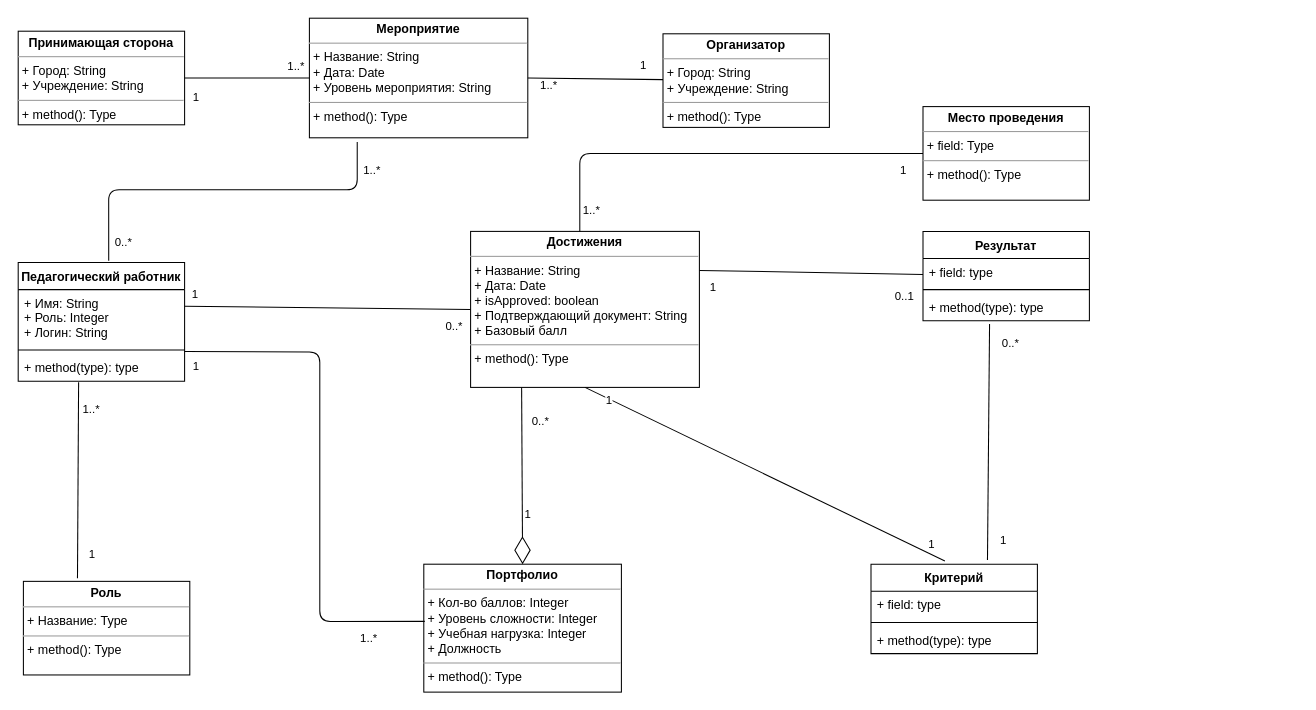
Above: page "Page-2" (2 of 2) of Диаграмма классов.drawio in Alexk80/keywords (draw.io), before the change. Source tidied: cells renumbered, new cells numbered last; positions are measured from the earlier drawing's top-left corner, leaving out a move shared by most shapes. Both pictures are drawn from the tidied source at 104%, with x=0, y=0 at pixel (18, 18).
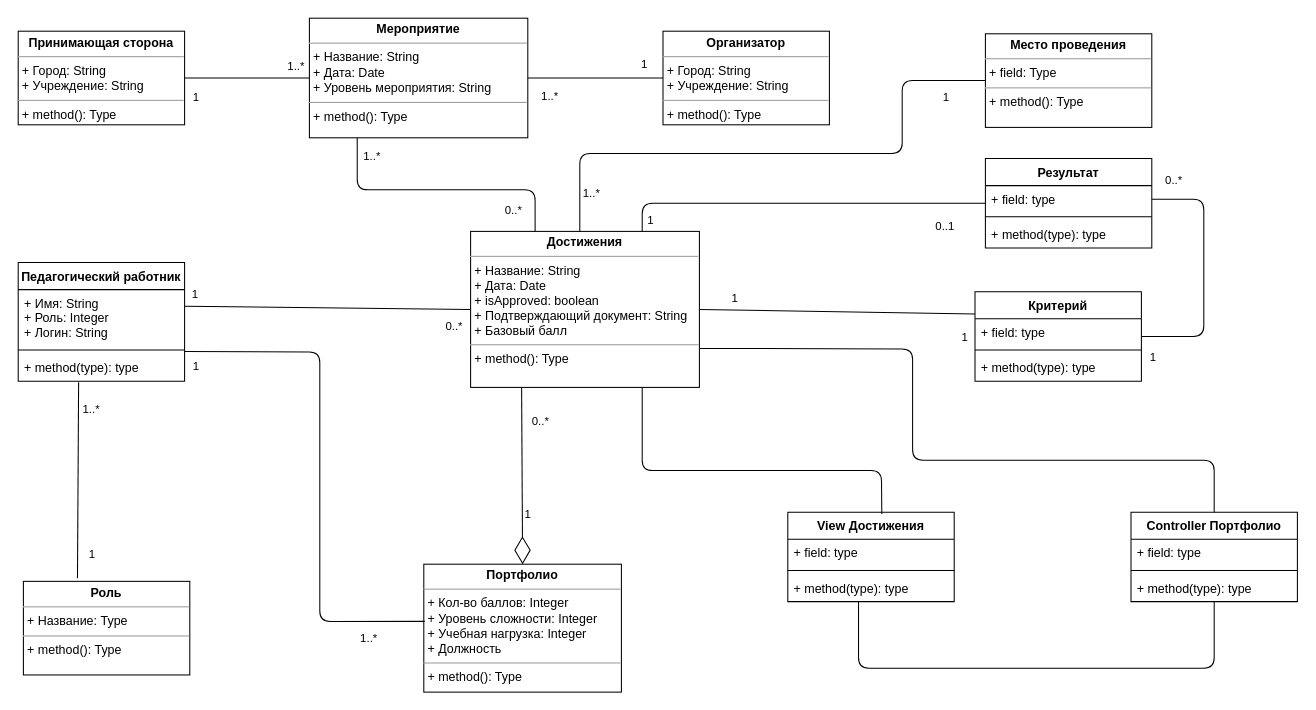
After the change.

Unchanged cells that the change refers to:
```xml
<mxCell id="2" value="Педагогический работник" style="swimlane;fontStyle=1;align=center;verticalAlign=top;horizontal=1;startSize=26;" parent="1" vertex="1">
  <mxGeometry y="235" width="160" height="114" as="geometry" />
</mxCell>
<mxCell id="6" value="&lt;p style=&quot;margin: 0px ; margin-top: 4px ; text-align: center&quot;&gt;&lt;b&gt;Мероприятие&lt;/b&gt;&lt;br&gt;&lt;/p&gt;&lt;hr size=&quot;1&quot;&gt;&lt;p style=&quot;margin: 0px ; margin-left: 4px&quot;&gt;+ Название: String&lt;/p&gt;&lt;p style=&quot;margin: 0px ; margin-left: 4px&quot;&gt;+ Дата: Date&lt;br&gt;&lt;/p&gt;&lt;p style=&quot;margin: 0px ; margin-left: 4px&quot;&gt;+ Уровень мероприятия: String&lt;br&gt;&lt;/p&gt;&lt;hr size=&quot;1&quot;&gt;&lt;p style=&quot;margin: 0px ; margin-left: 4px&quot;&gt;+ method(): Type&lt;/p&gt;" style="verticalAlign=top;align=left;overflow=fill;fontSize=12;fontFamily=Helvetica;html=1;" parent="1" vertex="1">
  <mxGeometry x="280" width="210" height="115" as="geometry" />
</mxCell>
<mxCell id="10" value="&lt;p style=&quot;margin: 0px ; margin-top: 4px ; text-align: center&quot;&gt;&lt;b&gt;Достижения&lt;/b&gt;&lt;br&gt;&lt;/p&gt;&lt;hr size=&quot;1&quot;&gt;&lt;p style=&quot;margin: 0px ; margin-left: 4px&quot;&gt;+ Название: String&lt;/p&gt;&lt;p style=&quot;margin: 0px ; margin-left: 4px&quot;&gt;+ Дата: Date&lt;/p&gt;&lt;p style=&quot;margin: 0px ; margin-left: 4px&quot;&gt;+ isApproved: boolean&lt;/p&gt;&lt;p style=&quot;margin: 0px ; margin-left: 4px&quot;&gt;+ Подтверждающий документ: String&lt;/p&gt;&lt;p style=&quot;margin: 0px ; margin-left: 4px&quot;&gt;+ Базовый балл&lt;br&gt;&lt;/p&gt;&lt;hr size=&quot;1&quot;&gt;&lt;p style=&quot;margin: 0px ; margin-left: 4px&quot;&gt;+ method(): Type&lt;/p&gt;" style="verticalAlign=top;align=left;overflow=fill;fontSize=12;fontFamily=Helvetica;html=1;" parent="1" vertex="1">
  <mxGeometry x="435" y="205" width="220" height="150" as="geometry" />
</mxCell>
<mxCell id="20" style="endArrow=none;html=1;entryX=1;entryY=0.5;entryDx=0;entryDy=0;" parent="1" edge="1" source="7" target="6">
  <mxGeometry relative="1" as="geometry" />
</mxCell>
<mxCell id="35" value="+ field: type" style="text;strokeColor=none;fillColor=none;align=left;verticalAlign=top;spacingLeft=4;spacingRight=4;overflow=hidden;points=[[0,0.5],[1,0.5]];portConstraint=eastwest;" parent="34" vertex="1">
  <mxGeometry y="26" width="160" height="26" as="geometry" />
</mxCell>
<mxCell id="37" value="+ method(type): type" style="text;strokeColor=none;fillColor=none;align=left;verticalAlign=top;spacingLeft=4;spacingRight=4;overflow=hidden;points=[[0,0.5],[1,0.5]];portConstraint=eastwest;" parent="34" vertex="1">
  <mxGeometry y="60" width="160" height="26" as="geometry" />
</mxCell>
```

Diff of the diagram source:
```diff
@@
     <mxCell id="7" value="&lt;p style=&quot;margin: 0px ; margin-top: 4px ; text-align: center&quot;&gt;&lt;b&gt;Организатор&lt;/b&gt;&lt;br&gt;&lt;/p&gt;&lt;hr size=&quot;1&quot;&gt;&lt;p style=&quot;margin: 0px ; margin-left: 4px&quot;&gt;+ Город: String&lt;br&gt;&lt;/p&gt;&lt;p style=&quot;margin: 0px ; margin-left: 4px&quot;&gt;+ Учреждение: String&lt;br&gt;&lt;/p&gt;&lt;hr size=&quot;1&quot;&gt;&lt;p style=&quot;margin: 0px ; margin-left: 4px&quot;&gt;+ method(): Type&lt;/p&gt;" style="verticalAlign=top;align=left;overflow=fill;fontSize=12;fontFamily=Helvetica;html=1;" parent="1" vertex="1">
-      <mxGeometry x="620" y="15" width="160" height="90" as="geometry" />
+      <mxGeometry x="620" y="12.5" width="160" height="90" as="geometry" />
     </mxCell>
@@
     <mxCell id="21" value="1..*" style="edgeLabel;html=1;align=center;verticalAlign=middle;" parent="20" vertex="1">
       <mxGeometry x="0.66" y="1" relative="1" as="geometry">
-        <mxPoint x="-2" y="6" as="offset" />
+        <mxPoint x="-2" y="16" as="offset" />
       </mxGeometry>
     </mxCell>
@@
-    <mxCell id="27" style="endArrow=none;html=1;entryX=0.219;entryY=1.035;entryDx=0;entryDy=0;exitX=0.544;exitY=-0.016;exitDx=0;exitDy=0;exitPerimeter=0;entryPerimeter=0;" parent="1" edge="1" source="2" target="6">
+    <mxCell id="27" style="endArrow=none;html=1;entryX=0.219;entryY=1;entryDx=0;entryDy=0;exitX=0.282;exitY=0;exitDx=0;exitDy=0;exitPerimeter=0;entryPerimeter=0;" parent="1" edge="1" source="10" target="6">
       <mxGeometry relative="1" as="geometry">
         <Array as="points">
-          <mxPoint x="87" y="165" />
+          <mxPoint x="497" y="165" />
           <mxPoint x="326" y="165" />
         </Array>
       </mxGeometry>
     </mxCell>
     <mxCell id="28" value="0..*" style="edgeLabel;html=1;align=center;verticalAlign=middle;" parent="27" vertex="1">
       <mxGeometry x="-0.77" y="-1" relative="1" as="geometry">
-        <mxPoint x="12" y="23" as="offset" />
+        <mxPoint x="-23" y="10" as="offset" />
       </mxGeometry>
     </mxCell>
@@
     <mxCell id="30" value="Критерий" style="swimlane;fontStyle=1;align=center;verticalAlign=top;horizontal=1;startSize=26;" parent="1" vertex="1">
-      <mxGeometry x="820" y="525" width="160" height="86" as="geometry" />
+      <mxGeometry x="920" y="263" width="160" height="86" as="geometry" />
     </mxCell>
@@
     <mxCell id="34" value="Результат" style="swimlane;fontStyle=1;align=center;verticalAlign=top;horizontal=1;startSize=26;" parent="1" vertex="1">
-      <mxGeometry x="870" y="205" width="160" height="86" as="geometry" />
+      <mxGeometry x="930" y="135" width="160" height="86" as="geometry" />
     </mxCell>
@@
-    <mxCell id="38" style="endArrow=none;html=1;entryX=0.5;entryY=1;entryDx=0;entryDy=0;exitX=0.444;exitY=-0.035;exitDx=0;exitDy=0;exitPerimeter=0;" parent="1" edge="1" source="30" target="10">
+    <mxCell id="38" style="endArrow=none;html=1;entryX=1;entryY=0.5;entryDx=0;entryDy=0;exitX=0;exitY=0.25;exitDx=0;exitDy=0;" parent="1" edge="1" source="30" target="10">
       <mxGeometry relative="1" as="geometry" />
     </mxCell>
     <mxCell id="39" value="1" style="edgeLabel;html=1;align=center;verticalAlign=middle;" parent="38" vertex="1">
-      <mxGeometry x="0.87" y="1" relative="1" as="geometry" />
+      <mxGeometry x="0.87" y="1" relative="1" as="geometry">
+        <mxPoint x="16" y="-13" as="offset" />
+      </mxGeometry>
     </mxCell>
     <mxCell id="40" value="1" style="edgeLabel;html=1;align=center;verticalAlign=middle;" parent="38" vertex="1">
       <mxGeometry x="-0.85" relative="1" as="geometry">
-        <mxPoint x="13" y="-4" as="offset" />
+        <mxPoint x="9" y="22" as="offset" />
       </mxGeometry>
     </mxCell>
-    <mxCell id="41" style="endArrow=none;html=1;entryX=1;entryY=0.25;entryDx=0;entryDy=0;" parent="1" edge="1" source="34" target="10">
-      <mxGeometry relative="1" as="geometry" />
+    <mxCell id="41" style="endArrow=none;html=1;entryX=0.75;entryY=0;entryDx=0;entryDy=0;" parent="1" edge="1" source="34" target="10">
+      <mxGeometry relative="1" as="geometry">
+        <Array as="points">
+          <mxPoint x="760" y="178" />
+          <mxPoint x="600" y="178" />
+        </Array>
+      </mxGeometry>
     </mxCell>
@@
-    <mxCell id="44" style="endArrow=none;html=1;exitX=0.7;exitY=-0.047;exitDx=0;exitDy=0;exitPerimeter=0;entryX=0.4;entryY=1.115;entryDx=0;entryDy=0;entryPerimeter=0;" parent="1" edge="1" source="30" target="37">
-      <mxGeometry relative="1" as="geometry" />
+    <mxCell id="44" style="endArrow=none;html=1;exitX=1;exitY=0.5;exitDx=0;exitDy=0;entryX=1;entryY=0.5;entryDx=0;entryDy=0;" parent="1" edge="1" source="30" target="35">
+      <mxGeometry relative="1" as="geometry">
+        <Array as="points">
+          <mxPoint x="1140" y="306" />
+          <mxPoint x="1140" y="174" />
+        </Array>
+      </mxGeometry>
     </mxCell>
     <mxCell id="45" value="1" style="edgeLabel;html=1;align=center;verticalAlign=middle;" parent="44" vertex="1">
       <mxGeometry x="-0.83" y="-1" relative="1" as="geometry">
-        <mxPoint x="13" as="offset" />
+        <mxPoint x="-11" y="18" as="offset" />
       </mxGeometry>
     </mxCell>
     <mxCell id="46" value="0..*" style="edgeLabel;html=1;align=center;verticalAlign=middle;" parent="44" vertex="1">
       <mxGeometry x="0.83" relative="1" as="geometry">
-        <mxPoint x="20" as="offset" />
+        <mxPoint x="-1" y="-19" as="offset" />
       </mxGeometry>
     </mxCell>
     <mxCell id="47" value="&lt;p style=&quot;margin: 0px ; margin-top: 4px ; text-align: center&quot;&gt;&lt;b&gt;Место проведения&lt;/b&gt;&lt;br&gt;&lt;/p&gt;&lt;hr size=&quot;1&quot;&gt;&lt;p style=&quot;margin: 0px ; margin-left: 4px&quot;&gt;+ field: Type&lt;/p&gt;&lt;hr size=&quot;1&quot;&gt;&lt;p style=&quot;margin: 0px ; margin-left: 4px&quot;&gt;+ method(): Type&lt;/p&gt;" style="verticalAlign=top;align=left;overflow=fill;fontSize=12;fontFamily=Helvetica;html=1;" parent="1" vertex="1">
-      <mxGeometry x="870" y="85" width="160" height="90" as="geometry" />
+      <mxGeometry x="930" y="15" width="160" height="90" as="geometry" />
     </mxCell>
     <mxCell id="48" style="endArrow=none;html=1;entryX=0;entryY=0.5;entryDx=0;entryDy=0;" parent="1" edge="1" target="47">
       <mxGeometry relative="1" as="geometry">
         <mxPoint x="540" y="205" as="sourcePoint" />
         <Array as="points">
           <mxPoint x="540" y="130" />
+          <mxPoint x="850" y="130" />
+          <mxPoint x="850" y="60" />
         </Array>
       </mxGeometry>
     </mxCell>
@@
+    <mxCell id="54" value="View Достижения" style="swimlane;fontStyle=1;align=center;verticalAlign=top;horizontal=1;startSize=26;" parent="1" vertex="1">
+      <mxGeometry x="740" y="475" width="160" height="86" as="geometry" />
+    </mxCell>
+    <mxCell id="55" value="+ field: type" style="text;strokeColor=none;fillColor=none;align=left;verticalAlign=top;spacingLeft=4;spacingRight=4;overflow=hidden;" parent="54" vertex="1">
+      <mxGeometry y="26" width="160" height="26" as="geometry" />
+    </mxCell>
+    <mxCell id="56" style="line;strokeWidth=1;fillColor=none;align=left;verticalAlign=middle;spacingTop=-1;spacingLeft=3;spacingRight=3;labelPosition=right;" parent="54" vertex="1">
+      <mxGeometry y="52" width="160" height="8" as="geometry" />
+    </mxCell>
+    <mxCell id="57" value="+ method(type): type" style="text;strokeColor=none;fillColor=none;align=left;verticalAlign=top;spacingLeft=4;spacingRight=4;overflow=hidden;" parent="54" vertex="1">
+      <mxGeometry y="60" width="160" height="26" as="geometry" />
+    </mxCell>
+    <mxCell id="58" style="endArrow=none;html=1;entryX=0.75;entryY=1;entryDx=0;entryDy=0;exitX=0.565;exitY=0.02;exitDx=0;exitDy=0;exitPerimeter=0;" parent="1" edge="1" source="54" target="10">
+      <mxGeometry relative="1" as="geometry">
+        <Array as="points">
+          <mxPoint x="830" y="435" />
+          <mxPoint x="600" y="435" />
+        </Array>
+      </mxGeometry>
+    </mxCell>
+    <mxCell id="59" value="Controller Портфолио" style="swimlane;fontStyle=1;align=center;verticalAlign=top;horizontal=1;startSize=26;" parent="1" vertex="1">
+      <mxGeometry x="1070" y="475" width="160" height="86" as="geometry" />
+    </mxCell>
+    <mxCell id="60" value="+ field: type" style="text;strokeColor=none;fillColor=none;align=left;verticalAlign=top;spacingLeft=4;spacingRight=4;overflow=hidden;" parent="59" vertex="1">
+      <mxGeometry y="26" width="160" height="26" as="geometry" />
+    </mxCell>
+    <mxCell id="61" style="line;strokeWidth=1;fillColor=none;align=left;verticalAlign=middle;spacingTop=-1;spacingLeft=3;spacingRight=3;labelPosition=right;" parent="59" vertex="1">
+      <mxGeometry y="52" width="160" height="8" as="geometry" />
+    </mxCell>
+    <mxCell id="62" value="+ method(type): type" style="text;strokeColor=none;fillColor=none;align=left;verticalAlign=top;spacingLeft=4;spacingRight=4;overflow=hidden;" parent="59" vertex="1">
+      <mxGeometry y="60" width="160" height="26" as="geometry" />
+    </mxCell>
+    <mxCell id="63" style="endArrow=none;html=1;exitX=0.5;exitY=1;exitDx=0;exitDy=0;" parent="1" edge="1" source="59">
+      <mxGeometry relative="1" as="geometry">
+        <mxPoint x="808" y="561" as="targetPoint" />
+        <Array as="points">
+          <mxPoint x="1150" y="625" />
+          <mxPoint x="808" y="625" />
+        </Array>
+      </mxGeometry>
+    </mxCell>
+    <mxCell id="64" style="endArrow=none;html=1;entryX=0.5;entryY=0;entryDx=0;entryDy=0;exitX=1;exitY=0.75;exitDx=0;exitDy=0;" parent="1" edge="1" source="10" target="59">
+      <mxGeometry relative="1" as="geometry">
+        <Array as="points">
+          <mxPoint x="860" y="318" />
+          <mxPoint x="860" y="425" />
+          <mxPoint x="1150" y="425" />
+        </Array>
+      </mxGeometry>
+    </mxCell>
```
